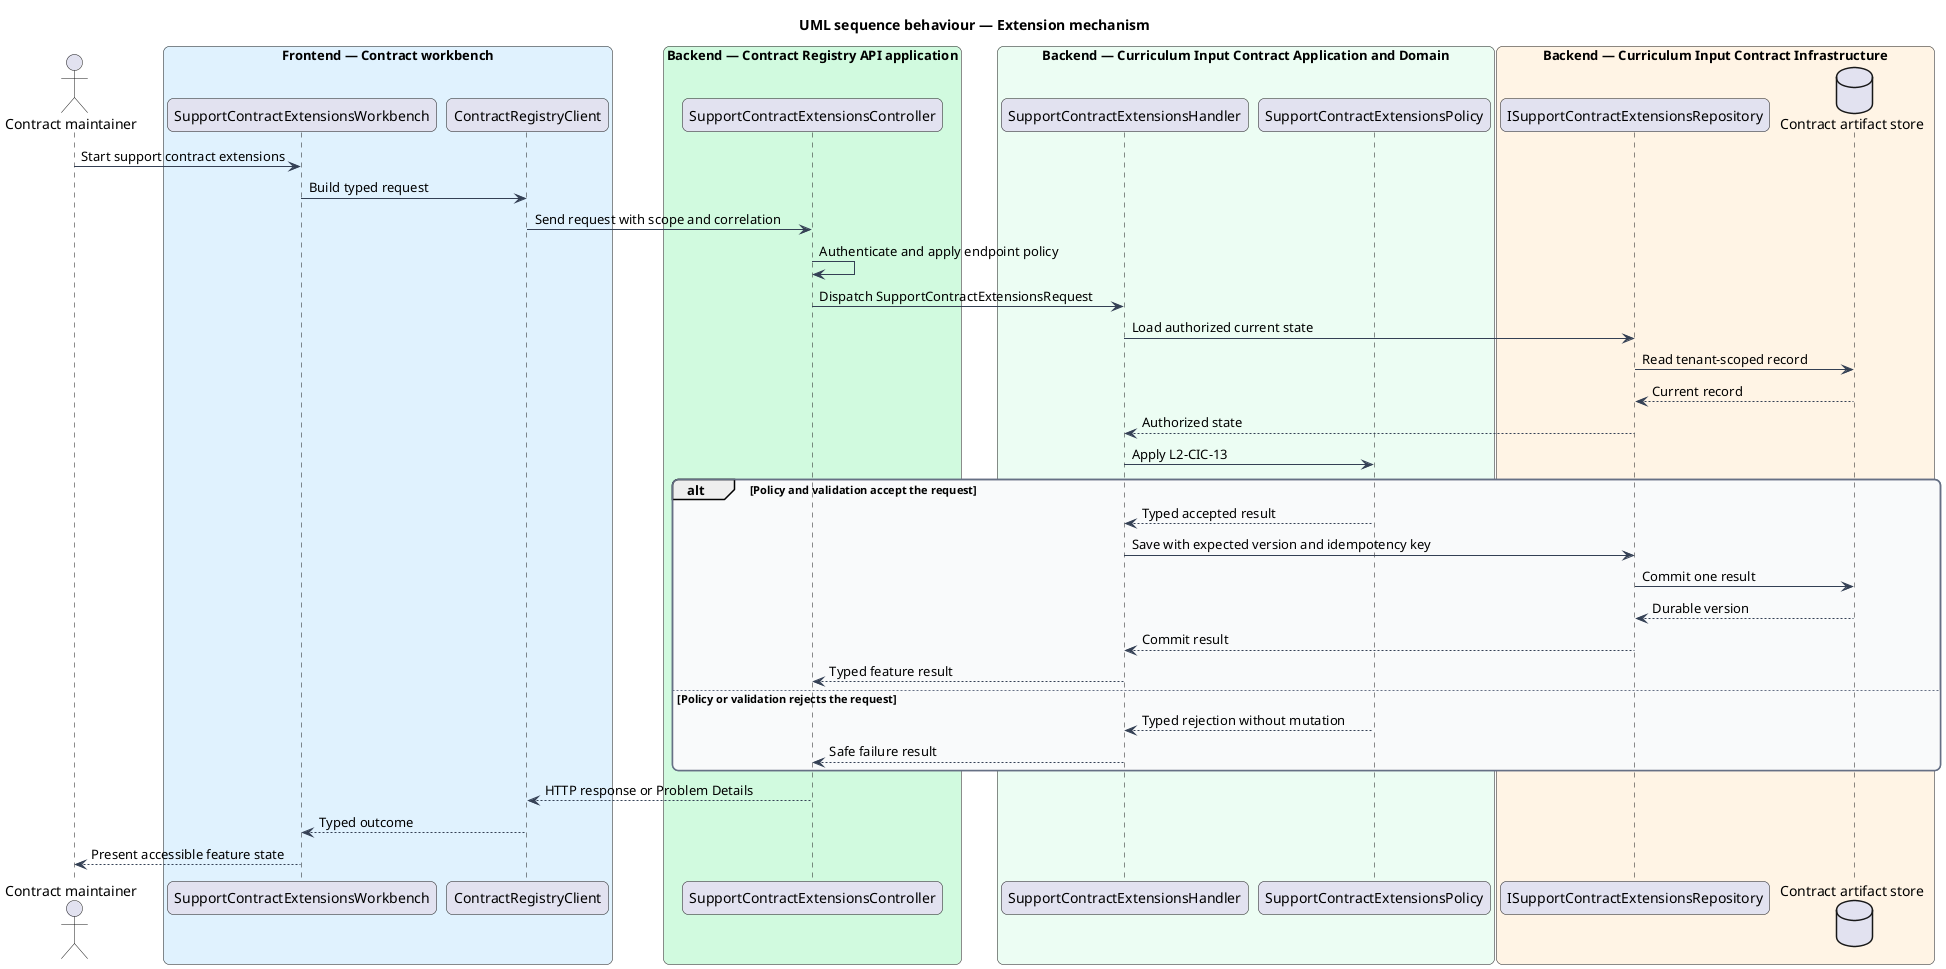
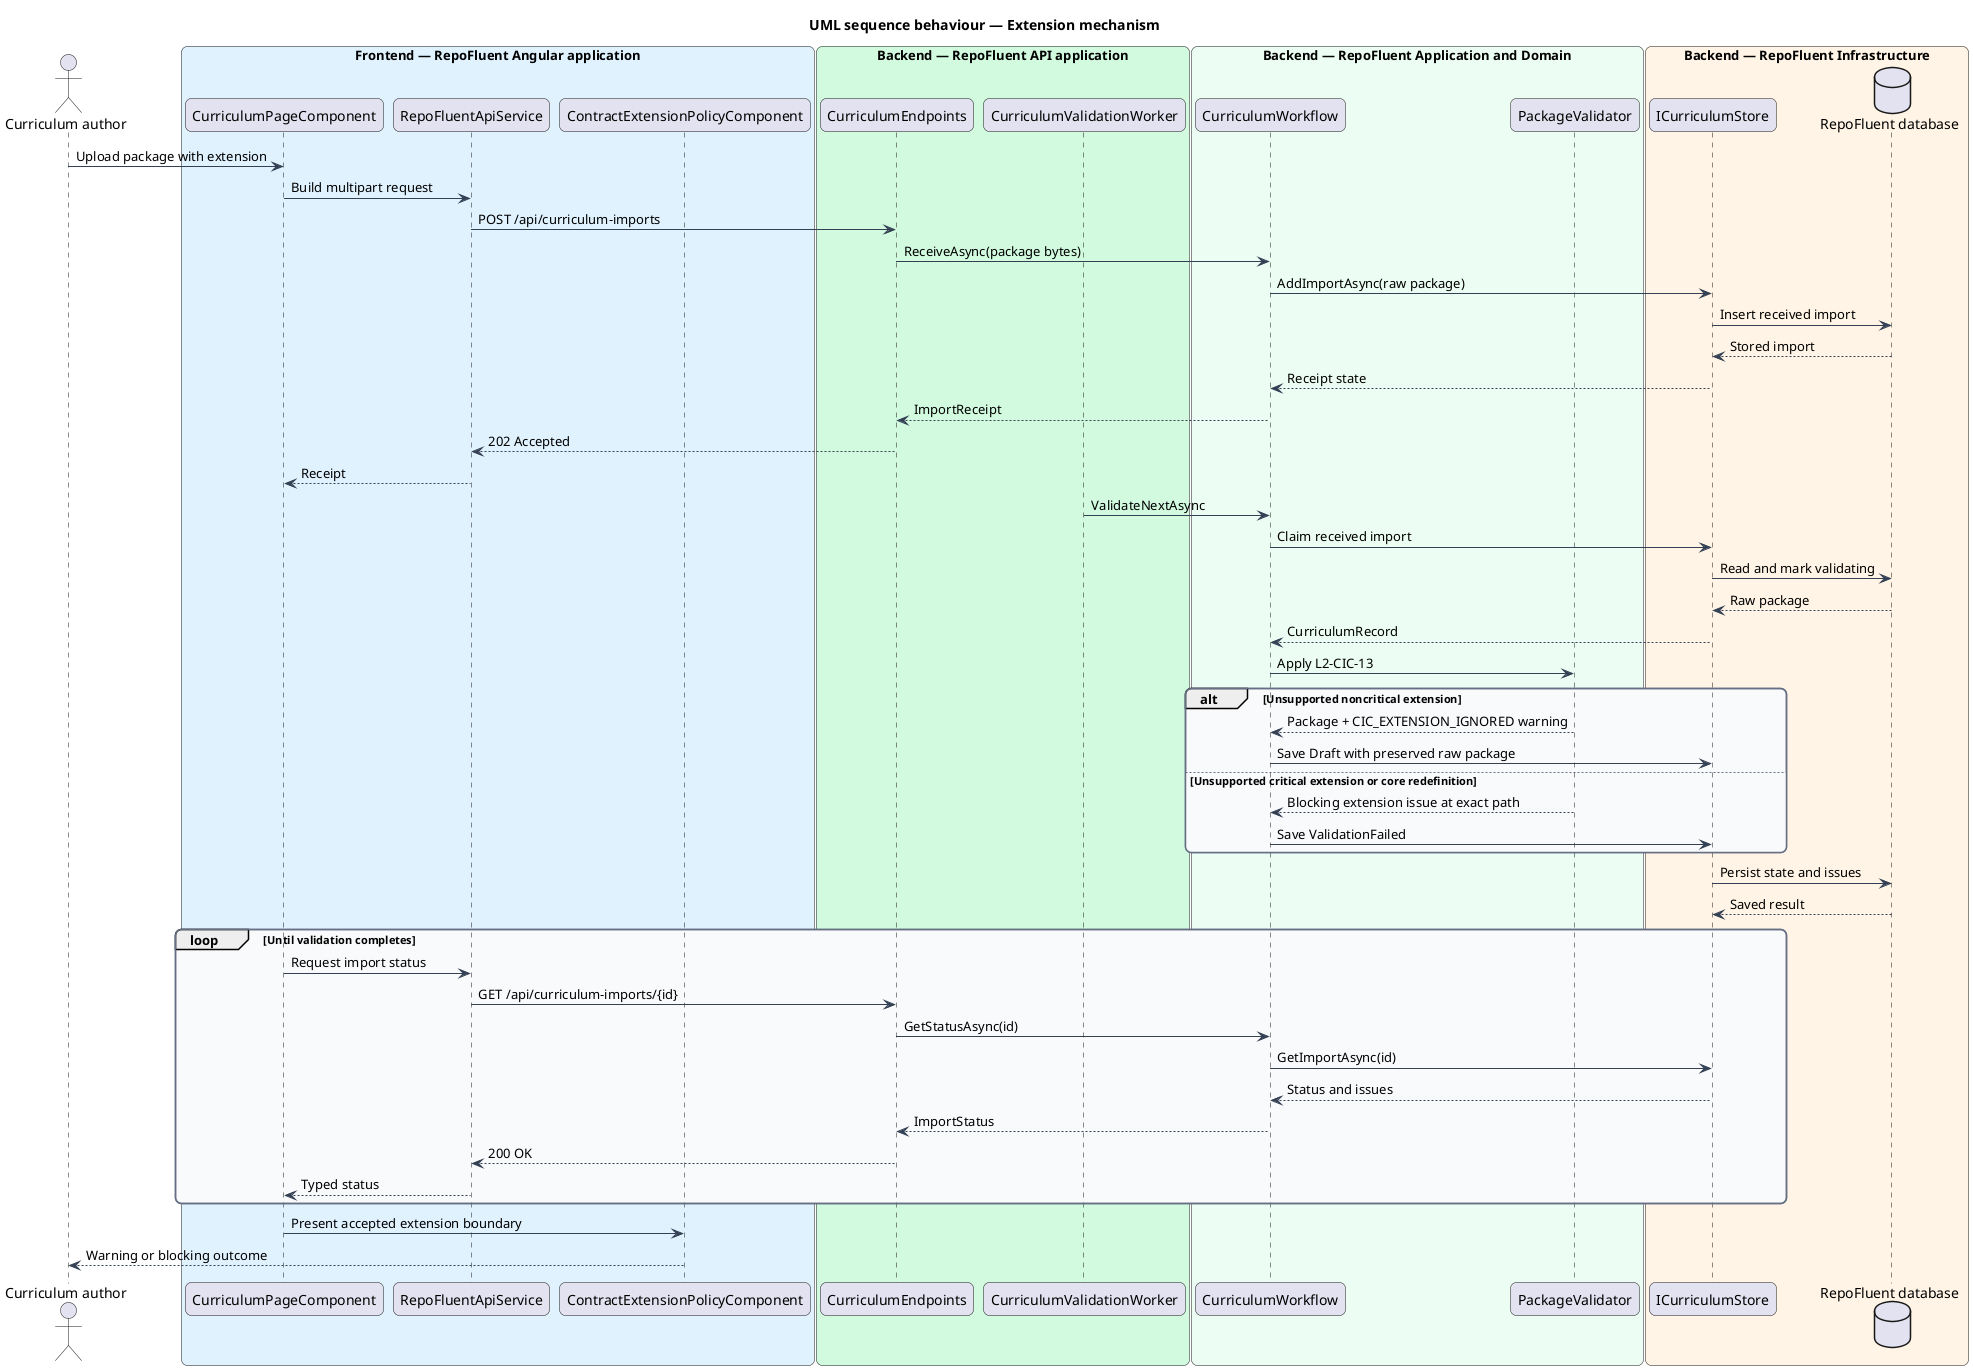
@startuml
title UML sequence behaviour — Extension mechanism
skinparam backgroundColor #FFFFFF
skinparam shadowing false
skinparam roundcorner 12
skinparam defaultFontName Arial
skinparam ArrowColor #344054
skinparam rectangle {
  BorderColor #344054
  FontColor #101828
}
skinparam package {
  BorderColor #667085
  FontColor #101828
  BackgroundColor #F9FAFB
}
- actor "Contract maintainer" as actor
- box "Frontend — Contract workbench" #E0F2FE
-   participant "SupportContractExtensionsWorkbench" as entry
-   participant "ContractRegistryClient" as client
+ actor "Curriculum author" as author
+ box "Frontend — RepoFluent Angular application" #E0F2FE
+   participant "CurriculumPageComponent" as page
+   participant "RepoFluentApiService" as client
+   participant "ContractExtensionPolicyComponent" as workbench
end box
- box "Backend — Contract Registry API application" #D1FADF
-   participant "SupportContractExtensionsController" as controller
+ box "Backend — RepoFluent API application" #D1FADF
+   participant "CurriculumEndpoints" as endpoints
+   participant "CurriculumValidationWorker" as worker
end box
- box "Backend — Curriculum Input Contract Application and Domain" #ECFDF3
-   participant "SupportContractExtensionsHandler" as handler
-   participant "SupportContractExtensionsPolicy" as policy
+ box "Backend — RepoFluent Application and Domain" #ECFDF3
+   participant "CurriculumWorkflow" as workflow
+   participant "PackageValidator" as validator
end box
- box "Backend — Curriculum Input Contract Infrastructure" #FFF4E5
-   participant "ISupportContractExtensionsRepository" as repository
-   database "Contract artifact store" as store
+ box "Backend — RepoFluent Infrastructure" #FFF4E5
+   participant "ICurriculumStore" as store
+   database "RepoFluent database" as db
end box
- actor -> entry : Start support contract extensions
- entry -> client : Build typed request
- client -> controller : Send request with scope and correlation
- controller -> controller : Authenticate and apply endpoint policy
- controller -> handler : Dispatch SupportContractExtensionsRequest
- handler -> repository : Load authorized current state
- repository -> store : Read tenant-scoped record
- store --> repository : Current record
- repository --> handler : Authorized state
- handler -> policy : Apply L2-CIC-13
- alt Policy and validation accept the request
-   policy --> handler : Typed accepted result
-   handler -> repository : Save with expected version and idempotency key
-   repository -> store : Commit one result
-   store --> repository : Durable version
-   repository --> handler : Commit result
-   handler --> controller : Typed feature result
- else Policy or validation rejects the request
-   policy --> handler : Typed rejection without mutation
-   handler --> controller : Safe failure result
+ 
+ author -> page : Upload package with extension
+ page -> client : Build multipart request
+ client -> endpoints : POST /api/curriculum-imports
+ endpoints -> workflow : ReceiveAsync(package bytes)
+ workflow -> store : AddImportAsync(raw package)
+ store -> db : Insert received import
+ db --> store : Stored import
+ store --> workflow : Receipt state
+ workflow --> endpoints : ImportReceipt
+ endpoints --> client : 202 Accepted
+ client --> page : Receipt
+ worker -> workflow : ValidateNextAsync
+ workflow -> store : Claim received import
+ store -> db : Read and mark validating
+ db --> store : Raw package
+ store --> workflow : CurriculumRecord
+ workflow -> validator : Apply L2-CIC-13
+ alt Unsupported noncritical extension
+   validator --> workflow : Package + CIC_EXTENSION_IGNORED warning
+   workflow -> store : Save Draft with preserved raw package
+ else Unsupported critical extension or core redefinition
+   validator --> workflow : Blocking extension issue at exact path
+   workflow -> store : Save ValidationFailed
end
- controller --> client : HTTP response or Problem Details
- client --> entry : Typed outcome
- entry --> actor : Present accessible feature state
+ store -> db : Persist state and issues
+ db --> store : Saved result
+ loop Until validation completes
+   page -> client : Request import status
+   client -> endpoints : GET /api/curriculum-imports/{id}
+   endpoints -> workflow : GetStatusAsync(id)
+   workflow -> store : GetImportAsync(id)
+   store --> workflow : Status and issues
+   workflow --> endpoints : ImportStatus
+   endpoints --> client : 200 OK
+   client --> page : Typed status
+ end
+ page -> workbench : Present accepted extension boundary
+ workbench --> author : Warning or blocking outcome
@enduml
